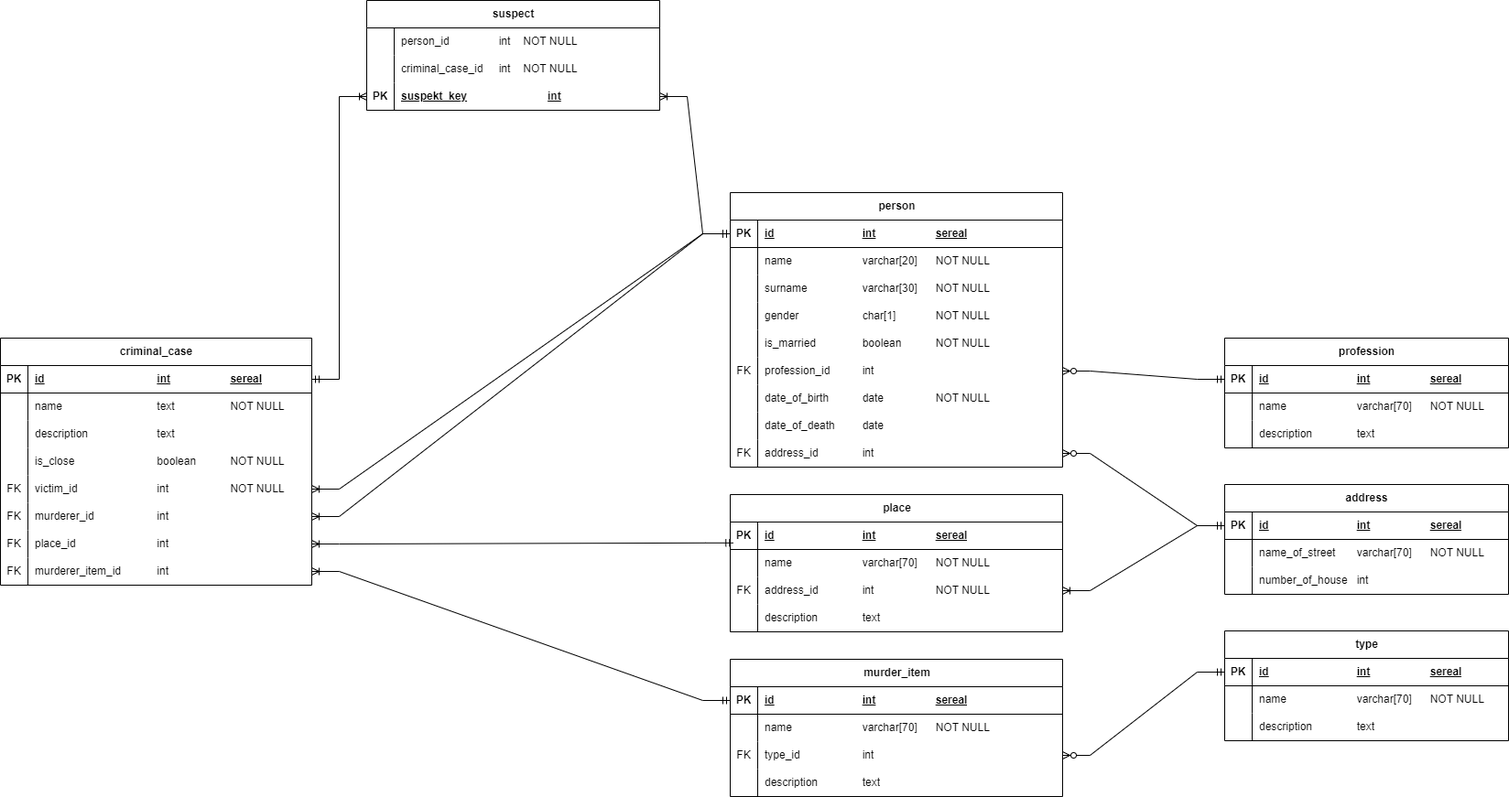
This is 1 year/DataBases/lab1/pictures/data_model.png from vnikolaenko-dev/ITMO, a draw.io export, as it was before one commit. Source tidied: cells renumbered, new cells last; positions are measured from the earlier drawing's top-left corner, leaving out a move shared by most shapes.
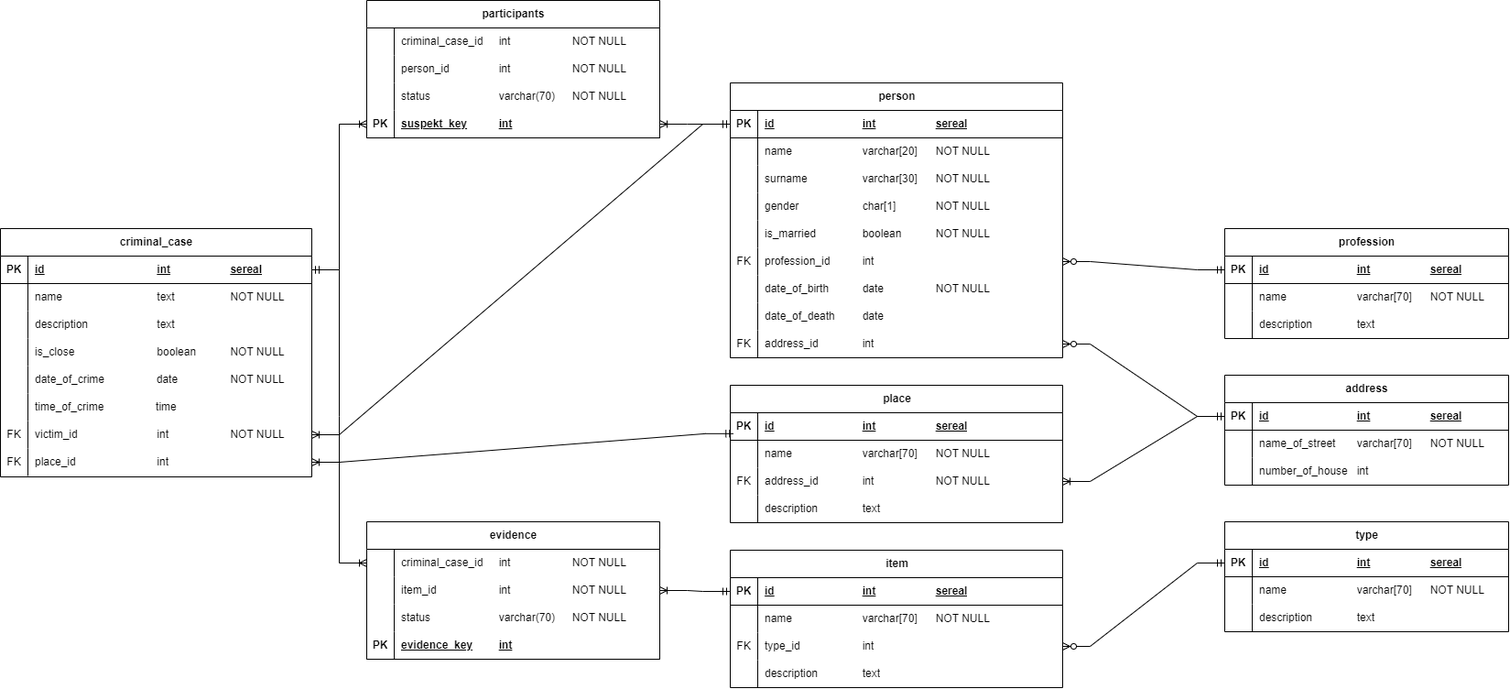
The same diagram one commit later.

What changed in the source:
```diff
@@ -13,5 +13,2 @@
     </mxCell>
-    <mxCell id="5" style="edgeStyle=entityRelationEdgeStyle;fontSize=12;html=1;endArrow=ERoneToMany;startArrow=ERmandOne;rounded=0;exitX=0;exitY=0.5;exitDx=0;exitDy=0;entryX=1;entryY=0.5;entryDx=0;entryDy=0;" parent="1" edge="1" source="67" target="114">
-      <mxGeometry relative="1" as="geometry" />
-    </mxCell>
     <mxCell id="6" style="edgeStyle=entityRelationEdgeStyle;fontSize=12;html=1;endArrow=ERoneToMany;startArrow=ERmandOne;rounded=0;exitX=0.009;exitY=0.761;exitDx=0;exitDy=0;entryX=1;entryY=0.5;entryDx=0;entryDy=0;exitPerimeter=0;" parent="1" edge="1" source="80" target="111">
@@ -196,3 +193,3 @@
     </mxCell>
-    <mxCell id="66" value="murder_item" style="shape=table;startSize=30;rowLines=0;fontStyle=1;align=center;html=1;" parent="1" vertex="1">
+    <mxCell id="66" value="item" style="shape=table;startSize=30;rowLines=0;fontStyle=1;align=center;html=1;" parent="1" vertex="1">
       <mxGeometry x="797" y="720" width="363" height="150" as="geometry" />
@@ -275,3 +272,3 @@
     <mxCell id="92" value="criminal_case" style="shape=table;startSize=30;rowLines=0;fontStyle=1;align=center;html=1;" parent="1" vertex="1">
-      <mxGeometry y="369" width="340" height="270" as="geometry" />
+      <mxGeometry y="369" width="340" height="271" as="geometry" />
     </mxCell>
@@ -313,4 +310,22 @@
     </mxCell>
+    <mxCell id="131" style="shape=tableRow;horizontal=0;startSize=0;swimlaneHead=0;swimlaneBody=0;fillColor=none;top=0;left=0;right=0;bottom=0;" parent="92" vertex="1">
+      <mxGeometry y="150" width="340" height="30" as="geometry" />
+    </mxCell>
+    <mxCell id="132" style="shape=partialRectangle;fillColor=none;top=0;left=0;bottom=0;right=0;overflow=hidden;whiteSpace=wrap;html=1;" parent="131" vertex="1">
+      <mxGeometry width="30" height="30" as="geometry" />
+    </mxCell>
+    <mxCell id="133" value="date_of_crime&lt;span style=&quot;&quot;&gt;&lt;span style=&quot;white-space: pre;&quot;&gt;&amp;nbsp;&amp;nbsp;&amp;nbsp;&amp;nbsp;&lt;/span&gt;&lt;/span&gt;&lt;span style=&quot;&quot;&gt;&lt;span style=&quot;white-space: pre;&quot;&gt;&amp;nbsp;&amp;nbsp;&amp;nbsp;&amp;nbsp;&lt;/span&gt;&lt;/span&gt;&lt;span style=&quot;&quot;&gt;&lt;span style=&quot;white-space: pre;&quot;&gt;&amp;nbsp;&amp;nbsp;&amp;nbsp;&amp;nbsp;&lt;/span&gt;&lt;/span&gt;&lt;span style=&quot;&quot;&gt;&lt;span style=&quot;white-space: pre;&quot;&gt;&amp;nbsp;&amp;nbsp;&amp;nbsp;&amp;nbsp;&lt;/span&gt;&lt;/span&gt;&lt;span style=&quot;&quot;&gt;&lt;span style=&quot;white-space: pre;&quot;&gt;&amp;nbsp;&lt;/span&gt;&lt;/span&gt;date&lt;span style=&quot;white-space: pre;&quot;&gt;&#9;&lt;span style=&quot;white-space: pre;&quot;&gt;&#9;&lt;/span&gt;&lt;span style=&quot;white-space: pre;&quot;&gt;&#9;&lt;/span&gt;&lt;/span&gt;NOT NULL" style="shape=partialRectangle;fillColor=none;top=0;left=0;bottom=0;right=0;align=left;spacingLeft=6;overflow=hidden;whiteSpace=wrap;html=1;" parent="131" vertex="1">
+      <mxGeometry x="30" width="310" height="30" as="geometry" />
+    </mxCell>
+    <mxCell id="108" style="shape=tableRow;horizontal=0;startSize=0;swimlaneHead=0;swimlaneBody=0;fillColor=none;points=[[0,0.5],[1,0.5]];portConstraint=eastwest;top=0;left=0;right=0;bottom=0;" parent="92" vertex="1">
+      <mxGeometry y="180" width="340" height="30" as="geometry" />
+    </mxCell>
+    <mxCell id="134" style="shape=partialRectangle;fillColor=none;top=0;left=0;bottom=0;right=0;overflow=hidden;whiteSpace=wrap;html=1;" parent="108" vertex="1">
+      <mxGeometry width="30" height="30" as="geometry" />
+    </mxCell>
+    <mxCell id="135" value="time_of_crime&lt;span style=&quot;&quot;&gt;&lt;span style=&quot;white-space: pre;&quot;&gt;&amp;nbsp;&amp;nbsp;&amp;nbsp;&amp;nbsp;&lt;/span&gt;&lt;/span&gt;&lt;span style=&quot;&quot;&gt;&lt;span style=&quot;white-space: pre;&quot;&gt;&amp;nbsp;&amp;nbsp;&amp;nbsp;&amp;nbsp;&lt;/span&gt;&lt;/span&gt;&lt;span style=&quot;&quot;&gt;&lt;span style=&quot;white-space: pre;&quot;&gt;&amp;nbsp;&amp;nbsp;&amp;nbsp;&amp;nbsp;&lt;/span&gt;&lt;/span&gt;&lt;span style=&quot;&quot;&gt;&lt;span style=&quot;white-space: pre;&quot;&gt;&amp;nbsp;&amp;nbsp;&amp;nbsp;&amp;nbsp;&lt;/span&gt;&lt;/span&gt;&lt;span style=&quot;&quot;&gt;&lt;span style=&quot;white-space: pre;&quot;&gt;&amp;nbsp;time&lt;/span&gt;&lt;/span&gt;&lt;span style=&quot;white-space: pre;&quot;&gt;&#9;&lt;span style=&quot;white-space: pre;&quot;&gt;&#9;&lt;/span&gt;&lt;span style=&quot;white-space: pre;&quot;&gt;&#9;&lt;/span&gt;&lt;/span&gt;" style="shape=partialRectangle;fillColor=none;top=0;left=0;bottom=0;right=0;align=left;spacingLeft=6;overflow=hidden;whiteSpace=wrap;html=1;" parent="108" vertex="1">
+      <mxGeometry x="30" width="310" height="30" as="geometry" />
+    </mxCell>
     <mxCell id="105" style="shape=tableRow;horizontal=0;startSize=0;swimlaneHead=0;swimlaneBody=0;fillColor=none;points=[[0,0.5],[1,0.5]];portConstraint=eastwest;top=0;left=0;right=0;bottom=0;" parent="92" vertex="1">
-      <mxGeometry y="150" width="340" height="30" as="geometry" />
+      <mxGeometry y="210" width="340" height="30" as="geometry" />
     </mxCell>
@@ -322,13 +337,4 @@
     </mxCell>
-    <mxCell id="108" style="shape=tableRow;horizontal=0;startSize=0;swimlaneHead=0;swimlaneBody=0;fillColor=none;points=[[0,0.5],[1,0.5]];portConstraint=eastwest;top=0;left=0;right=0;bottom=0;" parent="92" vertex="1">
-      <mxGeometry y="180" width="340" height="30" as="geometry" />
-    </mxCell>
-    <mxCell id="109" value="FK" style="shape=partialRectangle;fillColor=none;top=0;left=0;bottom=0;right=0;overflow=hidden;whiteSpace=wrap;html=1;" parent="108" vertex="1">
-      <mxGeometry width="30" height="30" as="geometry" />
-    </mxCell>
-    <mxCell id="110" value="murderer_id&lt;span style=&quot;white-space: pre;&quot;&gt;&#9;&lt;/span&gt;&lt;span style=&quot;white-space: pre;&quot;&gt;&#9;&lt;/span&gt;&lt;span style=&quot;white-space: pre;&quot;&gt;&#9;&lt;/span&gt;int&lt;span style=&quot;white-space: pre;&quot;&gt;&#9;&lt;/span&gt;&lt;span style=&quot;white-space: pre;&quot;&gt;&#9;&lt;/span&gt;" style="shape=partialRectangle;fillColor=none;top=0;left=0;bottom=0;right=0;align=left;spacingLeft=6;overflow=hidden;whiteSpace=wrap;html=1;" parent="108" vertex="1">
-      <mxGeometry x="30" width="310" height="30" as="geometry" />
-    </mxCell>
     <mxCell id="111" style="shape=tableRow;horizontal=0;startSize=0;swimlaneHead=0;swimlaneBody=0;fillColor=none;points=[[0,0.5],[1,0.5]];portConstraint=eastwest;top=0;left=0;right=0;bottom=0;" parent="92" vertex="1">
-      <mxGeometry y="210" width="340" height="30" as="geometry" />
+      <mxGeometry y="240" width="340" height="30" as="geometry" />
     </mxCell>
@@ -340,11 +346,2 @@
     </mxCell>
-    <mxCell id="114" style="shape=tableRow;horizontal=0;startSize=0;swimlaneHead=0;swimlaneBody=0;fillColor=none;points=[[0,0.5],[1,0.5]];portConstraint=eastwest;top=0;left=0;right=0;bottom=0;" parent="92" vertex="1">
-      <mxGeometry y="240" width="340" height="30" as="geometry" />
-    </mxCell>
-    <mxCell id="115" value="FK" style="shape=partialRectangle;fillColor=none;top=0;left=0;bottom=0;right=0;overflow=hidden;whiteSpace=wrap;html=1;" parent="114" vertex="1">
-      <mxGeometry width="30" height="30" as="geometry" />
-    </mxCell>
-    <mxCell id="116" value="murderer_item_id&lt;span style=&quot;white-space: pre;&quot;&gt;&#9;&lt;/span&gt;&lt;span style=&quot;white-space: pre;&quot;&gt;&#9;&lt;/span&gt;int" style="shape=partialRectangle;fillColor=none;top=0;left=0;bottom=0;right=0;align=left;spacingLeft=6;overflow=hidden;whiteSpace=wrap;html=1;" parent="114" vertex="1">
-      <mxGeometry x="30" width="310" height="30" as="geometry" />
-    </mxCell>
     <mxCell id="117" style="edgeStyle=entityRelationEdgeStyle;fontSize=12;html=1;endArrow=ERoneToMany;startArrow=ERmandOne;rounded=0;exitX=0;exitY=0.5;exitDx=0;exitDy=0;entryX=1;entryY=0.5;entryDx=0;entryDy=0;" parent="1" edge="1" source="9" target="105">
@@ -352,10 +349,16 @@
     </mxCell>
-    <mxCell id="118" style="edgeStyle=entityRelationEdgeStyle;fontSize=12;html=1;endArrow=ERoneToMany;startArrow=ERmandOne;rounded=0;exitX=0;exitY=0.5;exitDx=0;exitDy=0;entryX=1;entryY=0.5;entryDx=0;entryDy=0;" parent="1" edge="1" source="9" target="108">
-      <mxGeometry relative="1" as="geometry" />
-    </mxCell>
-    <mxCell id="119" value="suspect" style="shape=table;startSize=30;rowLines=0;fontStyle=1;align=center;html=1;" parent="1" vertex="1">
-      <mxGeometry x="400" width="320" height="120" as="geometry" />
+    <mxCell id="119" value="participants" style="shape=table;startSize=30;rowLines=0;fontStyle=1;align=center;html=1;" parent="1" vertex="1">
+      <mxGeometry x="400" y="120" width="320" height="150" as="geometry" />
     </mxCell>
+    <mxCell id="123" style="shape=tableRow;horizontal=0;startSize=0;swimlaneHead=0;swimlaneBody=0;fillColor=none;top=0;left=0;right=0;bottom=0;" parent="119" vertex="1">
+      <mxGeometry y="30" width="320" height="30" as="geometry" />
+    </mxCell>
+    <mxCell id="124" style="shape=partialRectangle;fillColor=none;top=0;left=0;bottom=0;right=0;overflow=hidden;whiteSpace=wrap;html=1;" parent="123" vertex="1">
+      <mxGeometry width="30" height="30" as="geometry" />
+    </mxCell>
+    <mxCell id="125" value="criminal_case_id&lt;span style=&quot;white-space: pre;&quot;&gt;&#9;&lt;/span&gt;int&lt;span style=&quot;white-space: pre;&quot;&gt;&#9;&lt;span style=&quot;white-space: pre;&quot;&gt;&#9;&lt;/span&gt;&lt;span style=&quot;white-space: pre;&quot;&gt;&#9;&lt;/span&gt;&lt;/span&gt;NOT NULL" style="shape=partialRectangle;fillColor=none;top=0;left=0;bottom=0;right=0;align=left;spacingLeft=6;overflow=hidden;whiteSpace=wrap;html=1;" parent="123" vertex="1">
+      <mxGeometry x="30" width="290" height="30" as="geometry" />
+    </mxCell>
     <mxCell id="120" style="shape=tableRow;horizontal=0;startSize=0;swimlaneHead=0;swimlaneBody=0;fillColor=none;top=0;left=0;right=0;bottom=0;" parent="119" vertex="1">
-      <mxGeometry y="30" width="320" height="30" as="geometry" />
+      <mxGeometry y="60" width="320" height="30" as="geometry" />
     </mxCell>
@@ -364,16 +367,16 @@
     </mxCell>
-    <mxCell id="122" value="person_id&lt;span style=&quot;white-space: pre;&quot;&gt;&#9;&lt;/span&gt;&lt;span style=&quot;white-space: pre;&quot;&gt;&#9;&lt;/span&gt;int&lt;span style=&quot;white-space: pre;&quot;&gt;&#9;&lt;/span&gt;NOT NULL" style="shape=partialRectangle;fillColor=none;top=0;left=0;bottom=0;right=0;align=left;spacingLeft=6;overflow=hidden;whiteSpace=wrap;html=1;" parent="120" vertex="1">
+    <mxCell id="122" value="person_id&lt;span style=&quot;white-space: pre;&quot;&gt;&#9;&lt;/span&gt;&lt;span style=&quot;white-space: pre;&quot;&gt;&#9;&lt;/span&gt;int&lt;span style=&quot;white-space: pre;&quot;&gt;&#9;&lt;span style=&quot;white-space: pre;&quot;&gt;&#9;&lt;/span&gt;&lt;span style=&quot;white-space: pre;&quot;&gt;&#9;&lt;/span&gt;&lt;/span&gt;NOT NULL" style="shape=partialRectangle;fillColor=none;top=0;left=0;bottom=0;right=0;align=left;spacingLeft=6;overflow=hidden;whiteSpace=wrap;html=1;" parent="120" vertex="1">
       <mxGeometry x="30" width="290" height="30" as="geometry" />
     </mxCell>
-    <mxCell id="123" style="shape=tableRow;horizontal=0;startSize=0;swimlaneHead=0;swimlaneBody=0;fillColor=none;top=0;left=0;right=0;bottom=0;" parent="119" vertex="1">
-      <mxGeometry y="60" width="320" height="30" as="geometry" />
-    </mxCell>
-    <mxCell id="124" style="shape=partialRectangle;fillColor=none;top=0;left=0;bottom=0;right=0;overflow=hidden;whiteSpace=wrap;html=1;" parent="123" vertex="1">
-      <mxGeometry width="30" height="30" as="geometry" />
-    </mxCell>
-    <mxCell id="125" value="criminal_case_id&lt;span style=&quot;white-space: pre;&quot;&gt;&#9;&lt;/span&gt;int&lt;span style=&quot;white-space: pre;&quot;&gt;&#9;&lt;/span&gt;NOT NULL" style="shape=partialRectangle;fillColor=none;top=0;left=0;bottom=0;right=0;align=left;spacingLeft=6;overflow=hidden;whiteSpace=wrap;html=1;" parent="123" vertex="1">
-      <mxGeometry x="30" width="290" height="30" as="geometry" />
-    </mxCell>
+    <mxCell id="136" style="shape=tableRow;horizontal=0;startSize=0;swimlaneHead=0;swimlaneBody=0;fillColor=none;top=0;left=0;right=0;bottom=0;" parent="119" vertex="1">
+      <mxGeometry y="90" width="320" height="30" as="geometry" />
+    </mxCell>
+    <mxCell id="137" style="shape=partialRectangle;fillColor=none;top=0;left=0;bottom=0;right=0;overflow=hidden;whiteSpace=wrap;html=1;" parent="136" vertex="1">
+      <mxGeometry width="30" height="30" as="geometry" />
+    </mxCell>
+    <mxCell id="138" value="status&lt;span style=&quot;white-space: pre;&quot;&gt;&#9;&lt;span style=&quot;white-space: pre;&quot;&gt;&#9;&lt;span style=&quot;white-space: pre;&quot;&gt;&#9;&lt;/span&gt;&lt;/span&gt;&lt;/span&gt;varchar(70)&lt;span style=&quot;white-space: pre;&quot;&gt;&#9;&lt;/span&gt;NOT NULL" style="shape=partialRectangle;fillColor=none;top=0;left=0;bottom=0;right=0;align=left;spacingLeft=6;overflow=hidden;whiteSpace=wrap;html=1;" parent="136" vertex="1">
+      <mxGeometry x="30" width="290" height="30" as="geometry" />
+    </mxCell>
     <mxCell id="126" style="shape=tableRow;horizontal=0;startSize=0;swimlaneHead=0;swimlaneBody=0;fillColor=none;points=[[0,0.5],[1,0.5]];portConstraint=eastwest;top=0;left=0;right=0;bottom=1;" parent="119" vertex="1">
-      <mxGeometry y="90" width="320" height="30" as="geometry" />
+      <mxGeometry y="120" width="320" height="30" as="geometry" />
     </mxCell>
@@ -382,3 +385,3 @@
     </mxCell>
-    <mxCell id="128" value="suspekt_key&lt;span style=&quot;white-space: pre;&quot;&gt;&#9;&lt;/span&gt;&lt;span style=&quot;white-space: pre;&quot;&gt;&#9;&lt;/span&gt;&lt;span style=&quot;white-space: pre;&quot;&gt;&#9;&lt;/span&gt;&lt;span style=&quot;white-space: pre;&quot;&gt;&#9;&lt;/span&gt;int&lt;span style=&quot;white-space: pre;&quot;&gt;&#9;&lt;/span&gt;" style="shape=partialRectangle;fillColor=none;top=0;left=0;bottom=0;right=0;align=left;spacingLeft=6;fontStyle=5;overflow=hidden;whiteSpace=wrap;html=1;" parent="126" vertex="1">
+    <mxCell id="128" value="suspekt_key&lt;span style=&quot;white-space: pre;&quot;&gt;&#9;&lt;/span&gt;&lt;span style=&quot;white-space: pre;&quot;&gt;&#9;&lt;/span&gt;int&lt;span style=&quot;white-space: pre;&quot;&gt;&#9;&lt;/span&gt;" style="shape=partialRectangle;fillColor=none;top=0;left=0;bottom=0;right=0;align=left;spacingLeft=6;fontStyle=5;overflow=hidden;whiteSpace=wrap;html=1;" parent="126" vertex="1">
       <mxGeometry x="30" width="290" height="30" as="geometry" />
@@ -391,2 +394,47 @@
     </mxCell>
+    <mxCell id="139" value="evidence" style="shape=table;startSize=30;rowLines=0;fontStyle=1;align=center;html=1;" parent="1" vertex="1">
+      <mxGeometry x="400" y="689" width="320" height="150" as="geometry" />
+    </mxCell>
+    <mxCell id="140" style="shape=tableRow;horizontal=0;startSize=0;swimlaneHead=0;swimlaneBody=0;fillColor=none;points=[[0,0.5],[1,0.5]];portConstraint=eastwest;top=0;left=0;right=0;bottom=0;" parent="139" vertex="1">
+      <mxGeometry y="30" width="320" height="30" as="geometry" />
+    </mxCell>
+    <mxCell id="141" style="shape=partialRectangle;fillColor=none;top=0;left=0;bottom=0;right=0;overflow=hidden;whiteSpace=wrap;html=1;" parent="140" vertex="1">
+      <mxGeometry width="30" height="30" as="geometry" />
+    </mxCell>
+    <mxCell id="142" value="criminal_case_id&lt;span style=&quot;white-space: pre;&quot;&gt;&#9;&lt;/span&gt;int&lt;span style=&quot;white-space: pre;&quot;&gt;&#9;&lt;span style=&quot;white-space: pre;&quot;&gt;&#9;&lt;/span&gt;&lt;span style=&quot;white-space: pre;&quot;&gt;&#9;&lt;/span&gt;&lt;/span&gt;NOT NULL" style="shape=partialRectangle;fillColor=none;top=0;left=0;bottom=0;right=0;align=left;spacingLeft=6;overflow=hidden;whiteSpace=wrap;html=1;" parent="140" vertex="1">
+      <mxGeometry x="30" width="290" height="30" as="geometry" />
+    </mxCell>
+    <mxCell id="143" style="shape=tableRow;horizontal=0;startSize=0;swimlaneHead=0;swimlaneBody=0;fillColor=none;points=[[0,0.5],[1,0.5]];portConstraint=eastwest;top=0;left=0;right=0;bottom=0;" parent="139" vertex="1">
+      <mxGeometry y="60" width="320" height="30" as="geometry" />
+    </mxCell>
+    <mxCell id="144" style="shape=partialRectangle;fillColor=none;top=0;left=0;bottom=0;right=0;overflow=hidden;whiteSpace=wrap;html=1;" parent="143" vertex="1">
+      <mxGeometry width="30" height="30" as="geometry" />
+    </mxCell>
+    <mxCell id="145" value="item_id&lt;span style=&quot;white-space: pre;&quot;&gt;&#9;&lt;/span&gt;&lt;span style=&quot;white-space: pre;&quot;&gt;&#9;&lt;span style=&quot;white-space: pre;&quot;&gt;&#9;&lt;/span&gt;&lt;/span&gt;int&lt;span style=&quot;white-space: pre;&quot;&gt;&#9;&lt;span style=&quot;white-space: pre;&quot;&gt;&#9;&lt;/span&gt;&lt;span style=&quot;white-space: pre;&quot;&gt;&#9;&lt;/span&gt;&lt;/span&gt;NOT NULL" style="shape=partialRectangle;fillColor=none;top=0;left=0;bottom=0;right=0;align=left;spacingLeft=6;overflow=hidden;whiteSpace=wrap;html=1;" parent="143" vertex="1">
+      <mxGeometry x="30" width="290" height="30" as="geometry" />
+    </mxCell>
+    <mxCell id="146" style="shape=tableRow;horizontal=0;startSize=0;swimlaneHead=0;swimlaneBody=0;fillColor=none;top=0;left=0;right=0;bottom=0;" parent="139" vertex="1">
+      <mxGeometry y="90" width="320" height="30" as="geometry" />
+    </mxCell>
+    <mxCell id="147" style="shape=partialRectangle;fillColor=none;top=0;left=0;bottom=0;right=0;overflow=hidden;whiteSpace=wrap;html=1;" parent="146" vertex="1">
+      <mxGeometry width="30" height="30" as="geometry" />
+    </mxCell>
+    <mxCell id="148" value="status&lt;span style=&quot;white-space: pre;&quot;&gt;&#9;&lt;span style=&quot;white-space: pre;&quot;&gt;&#9;&lt;span style=&quot;white-space: pre;&quot;&gt;&#9;&lt;/span&gt;&lt;/span&gt;&lt;/span&gt;varchar(70)&lt;span style=&quot;white-space: pre;&quot;&gt;&#9;&lt;/span&gt;NOT NULL" style="shape=partialRectangle;fillColor=none;top=0;left=0;bottom=0;right=0;align=left;spacingLeft=6;overflow=hidden;whiteSpace=wrap;html=1;" parent="146" vertex="1">
+      <mxGeometry x="30" width="290" height="30" as="geometry" />
+    </mxCell>
+    <mxCell id="149" style="shape=tableRow;horizontal=0;startSize=0;swimlaneHead=0;swimlaneBody=0;fillColor=none;top=0;left=0;right=0;bottom=1;" parent="139" vertex="1">
+      <mxGeometry y="120" width="320" height="30" as="geometry" />
+    </mxCell>
+    <mxCell id="150" value="PK" style="shape=partialRectangle;fillColor=none;top=0;left=0;bottom=0;right=0;fontStyle=1;overflow=hidden;whiteSpace=wrap;html=1;" parent="149" vertex="1">
+      <mxGeometry width="30" height="30" as="geometry" />
+    </mxCell>
+    <mxCell id="151" value="evidence_key&lt;span style=&quot;white-space: pre;&quot;&gt;&#9;&lt;/span&gt;&lt;span style=&quot;white-space: pre;&quot;&gt;&#9;&lt;/span&gt;int&lt;span style=&quot;white-space: pre;&quot;&gt;&#9;&lt;/span&gt;" style="shape=partialRectangle;fillColor=none;top=0;left=0;bottom=0;right=0;align=left;spacingLeft=6;fontStyle=5;overflow=hidden;whiteSpace=wrap;html=1;" parent="149" vertex="1">
+      <mxGeometry x="30" width="290" height="30" as="geometry" />
+    </mxCell>
+    <mxCell id="152" style="edgeStyle=entityRelationEdgeStyle;fontSize=12;html=1;endArrow=ERoneToMany;startArrow=ERmandOne;rounded=0;exitX=0;exitY=0.5;exitDx=0;exitDy=0;entryX=1;entryY=0.5;entryDx=0;entryDy=0;" parent="1" edge="1" source="67" target="143">
+      <mxGeometry relative="1" as="geometry" />
+    </mxCell>
+    <mxCell id="153" style="edgeStyle=entityRelationEdgeStyle;fontSize=12;html=1;endArrow=ERoneToMany;startArrow=ERmandOne;rounded=0;entryX=0;entryY=0.5;entryDx=0;entryDy=0;exitX=1;exitY=0.5;exitDx=0;exitDy=0;" parent="1" edge="1" source="93" target="140">
+      <mxGeometry relative="1" as="geometry" />
+    </mxCell>
   </root>
```
